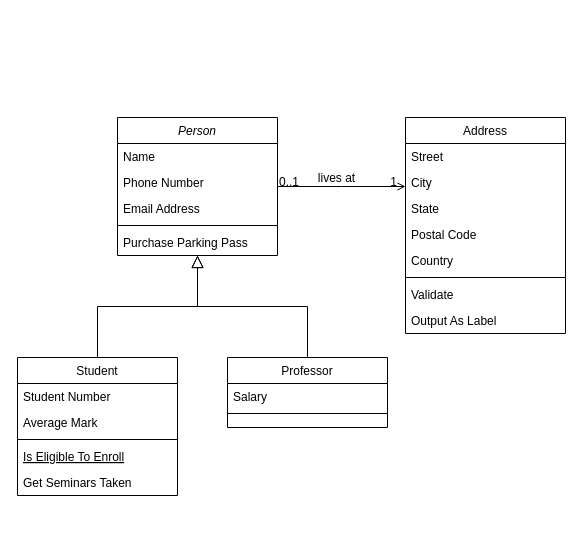
celia10335/Entorno_servidor keeps this draw.io diagram as Diagrama-clases_Cartapp.drawio. Above is the earlier version. Source tidied: cells renumbered, new cells numbered last; positions are measured from the earlier drawing's top-left corner, leaving out a move shared by most shapes. Both pictures are drawn from the tidied source at 100%, with x=0, y=0 at pixel (17, 117).
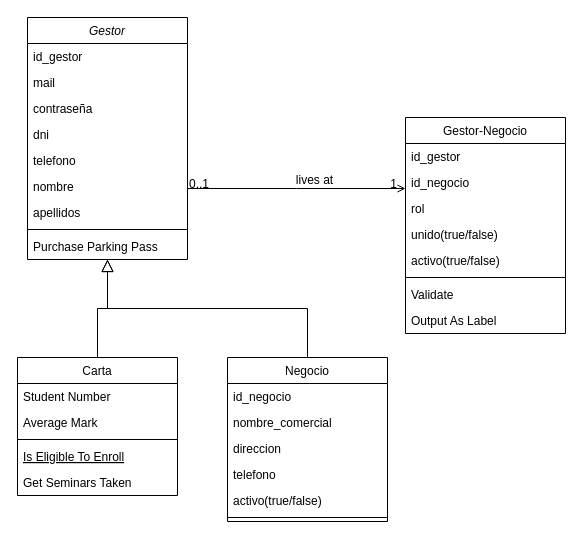
After the change.

Diff of the diagram source:
```diff
@@
-    <mxCell id="2" value="Person" style="swimlane;fontStyle=2;align=center;verticalAlign=top;horizontal=1;startSize=26;rounded=0;shadow=0;strokeWidth=1;" parent="1" vertex="1">
-      <mxGeometry x="100" width="160" height="138" as="geometry" />
+    <mxCell id="2" value="Gestor" style="swimlane;fontStyle=2;align=center;verticalAlign=top;horizontal=1;startSize=26;rounded=0;shadow=0;strokeWidth=1;" parent="1" vertex="1">
+      <mxGeometry x="10" y="-100" width="160" height="242" as="geometry" />
     </mxCell>
-    <mxCell id="3" value="Name" style="text;align=left;verticalAlign=top;spacingLeft=4;spacingRight=4;overflow=hidden;" parent="2" vertex="1">
+    <mxCell id="3" value="id_gestor" style="text;align=left;verticalAlign=top;spacingLeft=4;spacingRight=4;overflow=hidden;" parent="2" vertex="1">
       <mxGeometry y="26" width="160" height="26" as="geometry" />
     </mxCell>
-    <mxCell id="4" value="Phone Number" style="text;align=left;verticalAlign=top;spacingLeft=4;spacingRight=4;overflow=hidden;rounded=0;shadow=0;html=0;" parent="2" vertex="1">
+    <mxCell id="4" value="mail" style="text;align=left;verticalAlign=top;spacingLeft=4;spacingRight=4;overflow=hidden;rounded=0;shadow=0;html=0;" parent="2" vertex="1">
       <mxGeometry y="52" width="160" height="26" as="geometry" />
     </mxCell>
-    <mxCell id="5" value="Email Address" style="text;align=left;verticalAlign=top;spacingLeft=4;spacingRight=4;overflow=hidden;rounded=0;shadow=0;html=0;" parent="2" vertex="1">
+    <mxCell id="5" value="contraseña" style="text;align=left;verticalAlign=top;spacingLeft=4;spacingRight=4;overflow=hidden;rounded=0;shadow=0;html=0;" parent="2" vertex="1">
       <mxGeometry y="78" width="160" height="26" as="geometry" />
     </mxCell>
+    <mxCell id="32" value="dni" style="text;align=left;verticalAlign=top;spacingLeft=4;spacingRight=4;overflow=hidden;rounded=0;shadow=0;html=0;" parent="2" vertex="1">
+      <mxGeometry y="104" width="160" height="26" as="geometry" />
+    </mxCell>
+    <mxCell id="33" value="telefono" style="text;align=left;verticalAlign=top;spacingLeft=4;spacingRight=4;overflow=hidden;rounded=0;shadow=0;html=0;" parent="2" vertex="1">
+      <mxGeometry y="130" width="160" height="26" as="geometry" />
+    </mxCell>
+    <mxCell id="34" value="nombre" style="text;align=left;verticalAlign=top;spacingLeft=4;spacingRight=4;overflow=hidden;rounded=0;shadow=0;html=0;" parent="2" vertex="1">
+      <mxGeometry y="156" width="160" height="26" as="geometry" />
+    </mxCell>
+    <mxCell id="35" value="apellidos" style="text;align=left;verticalAlign=top;spacingLeft=4;spacingRight=4;overflow=hidden;rounded=0;shadow=0;html=0;" parent="2" vertex="1">
+      <mxGeometry y="182" width="160" height="26" as="geometry" />
+    </mxCell>
     <mxCell id="6" style="line;html=1;strokeWidth=1;align=left;verticalAlign=middle;spacingTop=-1;spacingLeft=3;spacingRight=3;labelPosition=right;" parent="2" vertex="1">
-      <mxGeometry y="104" width="160" height="8" as="geometry" />
+      <mxGeometry y="208" width="160" height="8" as="geometry" />
     </mxCell>
     <mxCell id="7" value="Purchase Parking Pass" style="text;align=left;verticalAlign=top;spacingLeft=4;spacingRight=4;overflow=hidden;" parent="2" vertex="1">
-      <mxGeometry y="112" width="160" height="26" as="geometry" />
+      <mxGeometry y="216" width="160" height="26" as="geometry" />
     </mxCell>
-    <mxCell id="8" value="Student" style="swimlane;fontStyle=0;align=center;verticalAlign=top;horizontal=1;startSize=26;rounded=0;shadow=0;strokeWidth=1;" parent="1" vertex="1">
+    <mxCell id="8" value="Carta" style="swimlane;fontStyle=0;align=center;verticalAlign=top;horizontal=1;startSize=26;rounded=0;shadow=0;strokeWidth=1;" parent="1" vertex="1">
       <mxGeometry y="240" width="160" height="138" as="geometry" />
     </mxCell>
@@
-    <mxCell id="15" value="Professor" style="swimlane;fontStyle=0;align=center;verticalAlign=top;horizontal=1;startSize=26;rounded=0;shadow=0;strokeWidth=1;" parent="1" vertex="1">
-      <mxGeometry x="210" y="240" width="160" height="70" as="geometry" />
+    <mxCell id="15" value="Negocio" style="swimlane;fontStyle=0;align=center;verticalAlign=top;horizontal=1;startSize=26;rounded=0;shadow=0;strokeWidth=1;" parent="1" vertex="1">
+      <mxGeometry x="210" y="240" width="160" height="164" as="geometry" />
     </mxCell>
+    <mxCell id="36" value="id_negocio" style="text;align=left;verticalAlign=top;spacingLeft=4;spacingRight=4;overflow=hidden;" parent="15" vertex="1">
+      <mxGeometry y="26" width="160" height="26" as="geometry" />
+    </mxCell>
-    <mxCell id="16" value="Salary" style="text;align=left;verticalAlign=top;spacingLeft=4;spacingRight=4;overflow=hidden;" parent="15" vertex="1">
-      <mxGeometry y="26" width="160" height="26" as="geometry" />
+    <mxCell id="16" value="nombre_comercial" style="text;align=left;verticalAlign=top;spacingLeft=4;spacingRight=4;overflow=hidden;" parent="15" vertex="1">
+      <mxGeometry y="52" width="160" height="26" as="geometry" />
     </mxCell>
+    <mxCell id="37" value="direccion" style="text;align=left;verticalAlign=top;spacingLeft=4;spacingRight=4;overflow=hidden;" parent="15" vertex="1">
+      <mxGeometry y="78" width="160" height="26" as="geometry" />
+    </mxCell>
+    <mxCell id="38" value="telefono" style="text;align=left;verticalAlign=top;spacingLeft=4;spacingRight=4;overflow=hidden;" parent="15" vertex="1">
+      <mxGeometry y="104" width="160" height="26" as="geometry" />
+    </mxCell>
+    <mxCell id="39" value="activo(true/false)" style="text;align=left;verticalAlign=top;spacingLeft=4;spacingRight=4;overflow=hidden;" parent="15" vertex="1">
+      <mxGeometry y="130" width="160" height="26" as="geometry" />
+    </mxCell>
     <mxCell id="17" style="line;html=1;strokeWidth=1;align=left;verticalAlign=middle;spacingTop=-1;spacingLeft=3;spacingRight=3;labelPosition=right;" parent="15" vertex="1">
-      <mxGeometry y="52" width="160" height="8" as="geometry" />
+      <mxGeometry y="156" width="160" height="8" as="geometry" />
     </mxCell>
@@
-    <mxCell id="19" value="Address" style="swimlane;fontStyle=0;align=center;verticalAlign=top;horizontal=1;startSize=26;rounded=0;shadow=0;strokeWidth=1;" parent="1" vertex="1">
+    <mxCell id="19" value="Gestor-Negocio" style="swimlane;fontStyle=0;align=center;verticalAlign=top;horizontal=1;startSize=26;rounded=0;shadow=0;strokeWidth=1;" parent="1" vertex="1">
       <mxGeometry x="388" width="160" height="216" as="geometry" />
     </mxCell>
-    <mxCell id="20" value="Street" style="text;align=left;verticalAlign=top;spacingLeft=4;spacingRight=4;overflow=hidden;" parent="19" vertex="1">
+    <mxCell id="20" value="id_gestor" style="text;align=left;verticalAlign=top;spacingLeft=4;spacingRight=4;overflow=hidden;" parent="19" vertex="1">
       <mxGeometry y="26" width="160" height="26" as="geometry" />
     </mxCell>
-    <mxCell id="21" value="City" style="text;align=left;verticalAlign=top;spacingLeft=4;spacingRight=4;overflow=hidden;rounded=0;shadow=0;html=0;" parent="19" vertex="1">
+    <mxCell id="21" value="id_negocio" style="text;align=left;verticalAlign=top;spacingLeft=4;spacingRight=4;overflow=hidden;rounded=0;shadow=0;html=0;" parent="19" vertex="1">
       <mxGeometry y="52" width="160" height="26" as="geometry" />
     </mxCell>
-    <mxCell id="22" value="State" style="text;align=left;verticalAlign=top;spacingLeft=4;spacingRight=4;overflow=hidden;rounded=0;shadow=0;html=0;" parent="19" vertex="1">
+    <mxCell id="22" value="rol" style="text;align=left;verticalAlign=top;spacingLeft=4;spacingRight=4;overflow=hidden;rounded=0;shadow=0;html=0;" parent="19" vertex="1">
       <mxGeometry y="78" width="160" height="26" as="geometry" />
     </mxCell>
-    <mxCell id="23" value="Postal Code" style="text;align=left;verticalAlign=top;spacingLeft=4;spacingRight=4;overflow=hidden;rounded=0;shadow=0;html=0;" parent="19" vertex="1">
+    <mxCell id="23" value="unido(true/false)" style="text;align=left;verticalAlign=top;spacingLeft=4;spacingRight=4;overflow=hidden;rounded=0;shadow=0;html=0;" parent="19" vertex="1">
       <mxGeometry y="104" width="160" height="26" as="geometry" />
     </mxCell>
-    <mxCell id="24" value="Country" style="text;align=left;verticalAlign=top;spacingLeft=4;spacingRight=4;overflow=hidden;rounded=0;shadow=0;html=0;" parent="19" vertex="1">
-      <mxGeometry y="130" width="160" height="26" as="geometry" />
-    </mxCell>
+    <mxCell id="40" value="activo(true/false)" style="text;align=left;verticalAlign=top;spacingLeft=4;spacingRight=4;overflow=hidden;rounded=0;shadow=0;html=0;" parent="19" vertex="1">
+      <mxGeometry y="130" width="160" height="26" as="geometry" />
+    </mxCell>
```
